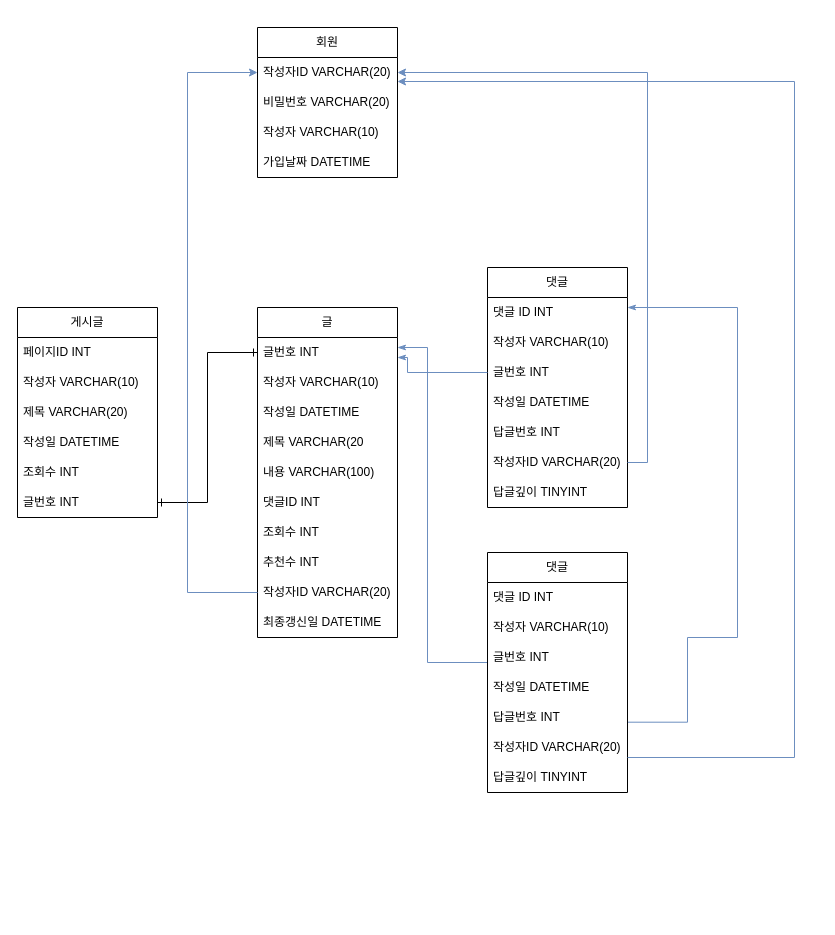
Earlier version of the draw.io diagram 제목 없는 다이어그램.drawio (web5-kimgangmoon/AWS1). Source tidied: cells renumbered, new cells numbered last; positions are measured from the earlier drawing's top-left corner, leaving out a move shared by most shapes. Both pictures are drawn from the tidied source at 100%, with x=0, y=0 at pixel (17, 27).
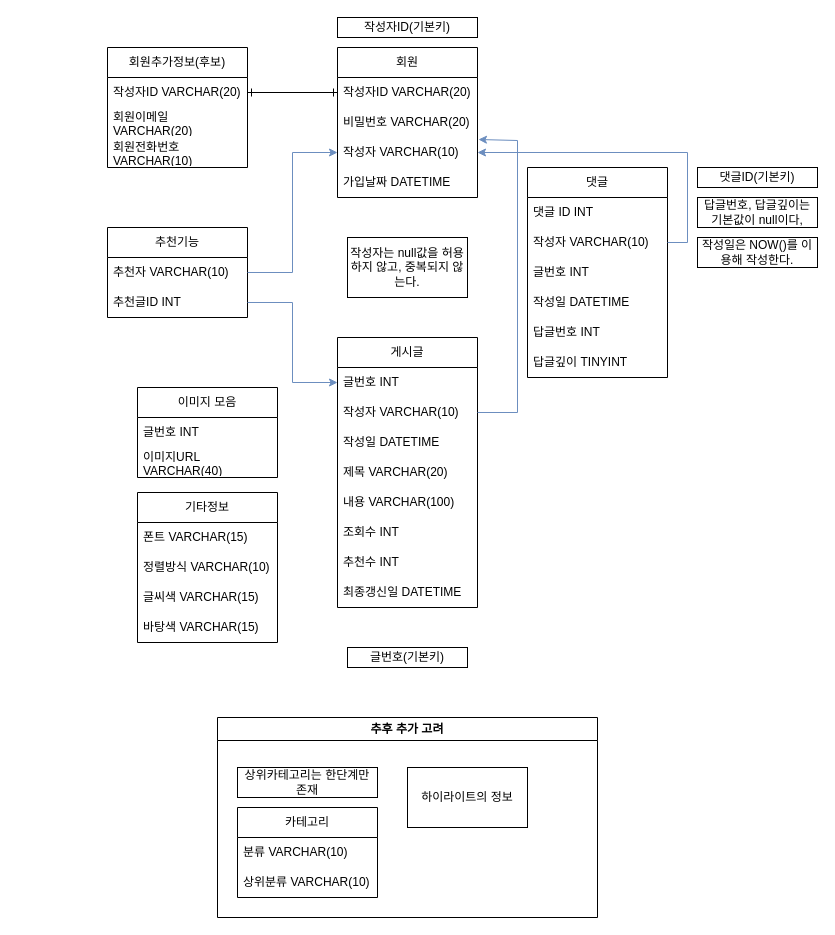
Above is the later version.

Commit message (it also covers changes not shown here):
feat:diagram revise

The change refers to these unchanged cells:
```xml
<mxCell id="10" value="댓글 ID INT" style="text;strokeColor=none;fillColor=none;align=left;verticalAlign=middle;spacingLeft=4;spacingRight=4;overflow=hidden;points=[[0,0.5],[1,0.5]];portConstraint=eastwest;whiteSpace=wrap;html=1;" parent="9" vertex="1">
  <mxGeometry y="30" width="140" height="30" as="geometry" />
</mxCell>
<mxCell id="11" value="작성자 VARCHAR(10)" style="text;strokeColor=none;fillColor=none;align=left;verticalAlign=middle;spacingLeft=4;spacingRight=4;overflow=hidden;points=[[0,0.5],[1,0.5]];portConstraint=eastwest;whiteSpace=wrap;html=1;" parent="9" vertex="1">
  <mxGeometry y="60" width="140" height="30" as="geometry" />
</mxCell>
<mxCell id="12" value="글번호 INT" style="text;strokeColor=none;fillColor=none;align=left;verticalAlign=middle;spacingLeft=4;spacingRight=4;overflow=hidden;points=[[0,0.5],[1,0.5]];portConstraint=eastwest;whiteSpace=wrap;html=1;" parent="9" vertex="1">
  <mxGeometry y="90" width="140" height="30" as="geometry" />
</mxCell>
<mxCell id="18" value="글번호 INT" style="text;strokeColor=none;fillColor=none;align=left;verticalAlign=middle;spacingLeft=4;spacingRight=4;overflow=hidden;points=[[0,0.5],[1,0.5]];portConstraint=eastwest;whiteSpace=wrap;html=1;" parent="17" vertex="1">
  <mxGeometry y="30" width="140" height="30" as="geometry" />
</mxCell>
<mxCell id="19" value="작성자 VARCHAR(10)" style="text;strokeColor=none;fillColor=none;align=left;verticalAlign=middle;spacingLeft=4;spacingRight=4;overflow=hidden;points=[[0,0.5],[1,0.5]];portConstraint=eastwest;whiteSpace=wrap;html=1;" parent="17" vertex="1">
  <mxGeometry y="60" width="140" height="30" as="geometry" />
</mxCell>
<mxCell id="29" value="작성자ID VARCHAR(20)" style="text;strokeColor=none;fillColor=none;align=left;verticalAlign=middle;spacingLeft=4;spacingRight=4;overflow=hidden;points=[[0,0.5],[1,0.5]];portConstraint=eastwest;whiteSpace=wrap;html=1;" parent="28" vertex="1">
  <mxGeometry y="30" width="140" height="30" as="geometry" />
</mxCell>
<mxCell id="31" value="작성자 VARCHAR(10)" style="text;strokeColor=none;fillColor=none;align=left;verticalAlign=middle;spacingLeft=4;spacingRight=4;overflow=hidden;points=[[0,0.5],[1,0.5]];portConstraint=eastwest;whiteSpace=wrap;html=1;" parent="28" vertex="1">
  <mxGeometry y="90" width="140" height="30" as="geometry" />
</mxCell>
```

Diff of the diagram source:
```diff
@@
-    <mxCell id="2" value="게시글" style="swimlane;fontStyle=0;horizontal=1;startSize=30;whiteSpace=wrap;html=1;" parent="1" vertex="1">
-      <mxGeometry y="280" width="140" height="210" as="geometry" />
-    </mxCell>
-    <mxCell id="3" value="페이지ID INT" style="text;strokeColor=none;fillColor=none;align=left;verticalAlign=middle;spacingLeft=4;spacingRight=4;overflow=hidden;whiteSpace=wrap;html=1;" parent="2" vertex="1">
-      <mxGeometry y="30" width="140" height="30" as="geometry" />
-    </mxCell>
-    <mxCell id="4" value="작성자 VARCHAR(10)" style="text;strokeColor=none;fillColor=none;align=left;verticalAlign=middle;spacingLeft=4;spacingRight=4;overflow=hidden;whiteSpace=wrap;html=1;" parent="2" vertex="1">
-      <mxGeometry y="60" width="140" height="30" as="geometry" />
-    </mxCell>
-    <mxCell id="5" value="제목 VARCHAR(20)" style="text;strokeColor=none;fillColor=none;align=left;verticalAlign=middle;spacingLeft=4;spacingRight=4;overflow=hidden;whiteSpace=wrap;html=1;" parent="2" vertex="1">
-      <mxGeometry y="90" width="140" height="30" as="geometry" />
-    </mxCell>
-    <mxCell id="6" value="작성일 DATETIME" style="text;strokeColor=none;fillColor=none;align=left;verticalAlign=middle;spacingLeft=4;spacingRight=4;overflow=hidden;whiteSpace=wrap;html=1;" parent="2" vertex="1">
-      <mxGeometry y="120" width="140" height="30" as="geometry" />
-    </mxCell>
-    <mxCell id="7" value="조회수 INT" style="text;strokeColor=none;fillColor=none;align=left;verticalAlign=middle;spacingLeft=4;spacingRight=4;overflow=hidden;whiteSpace=wrap;html=1;" parent="2" vertex="1">
-      <mxGeometry y="150" width="140" height="30" as="geometry" />
-    </mxCell>
-    <mxCell id="8" value="글번호 INT" style="text;strokeColor=none;fillColor=none;align=left;verticalAlign=middle;spacingLeft=4;spacingRight=4;overflow=hidden;points=[[0,0.5],[1,0.5]];portConstraint=eastwest;whiteSpace=wrap;html=1;" parent="2" vertex="1">
-      <mxGeometry y="180" width="140" height="30" as="geometry" />
-    </mxCell>
     <mxCell id="9" value="댓글" style="swimlane;fontStyle=0;horizontal=1;startSize=30;whiteSpace=wrap;html=1;" parent="1" vertex="1">
-      <mxGeometry x="470" y="240" width="140" height="240" as="geometry" />
+      <mxGeometry x="510" y="140" width="140" height="210" as="geometry" />
     </mxCell>
@@
-    <mxCell id="15" value="작성자ID VARCHAR(20)" style="text;strokeColor=none;fillColor=none;align=left;verticalAlign=middle;spacingLeft=4;spacingRight=4;overflow=hidden;points=[[0,0.5],[1,0.5]];portConstraint=eastwest;whiteSpace=wrap;html=1;" parent="9" vertex="1">
-      <mxGeometry y="180" width="140" height="30" as="geometry" />
-    </mxCell>
     <mxCell id="16" value="답글깊이 TINYINT" style="text;strokeColor=none;fillColor=none;align=left;verticalAlign=middle;spacingLeft=4;spacingRight=4;overflow=hidden;whiteSpace=wrap;html=1;" parent="9" vertex="1">
-      <mxGeometry y="210" width="140" height="30" as="geometry" />
+      <mxGeometry y="180" width="140" height="30" as="geometry" />
     </mxCell>
-    <mxCell id="17" value="글" style="swimlane;fontStyle=0;horizontal=1;startSize=30;whiteSpace=wrap;html=1;" parent="1" vertex="1">
-      <mxGeometry x="240" y="280" width="140" height="330" as="geometry" />
+    <mxCell id="17" value="게시글" style="swimlane;fontStyle=0;horizontal=1;startSize=30;whiteSpace=wrap;html=1;" parent="1" vertex="1">
+      <mxGeometry x="320" y="310" width="140" height="270" as="geometry" />
     </mxCell>
@@
-    <mxCell id="21" value="제목 VARCHAR(20&lt;span style=&quot;white-space: pre;&quot;&gt;&#9;&lt;/span&gt;" style="text;strokeColor=none;fillColor=none;align=left;verticalAlign=middle;spacingLeft=4;spacingRight=4;overflow=hidden;whiteSpace=wrap;html=1;" parent="17" vertex="1">
+    <mxCell id="21" value="제목 VARCHAR(20)" style="text;strokeColor=none;fillColor=none;align=left;verticalAlign=middle;spacingLeft=4;spacingRight=4;overflow=hidden;whiteSpace=wrap;html=1;" parent="17" vertex="1">
       <mxGeometry y="120" width="140" height="30" as="geometry" />
     </mxCell>
@@
-    <mxCell id="23" value="댓글ID INT" style="text;strokeColor=none;fillColor=none;align=left;verticalAlign=middle;spacingLeft=4;spacingRight=4;overflow=hidden;whiteSpace=wrap;html=1;" parent="17" vertex="1">
-      <mxGeometry y="180" width="140" height="30" as="geometry" />
-    </mxCell>
     <mxCell id="24" value="조회수 INT" style="text;strokeColor=none;fillColor=none;align=left;verticalAlign=middle;spacingLeft=4;spacingRight=4;overflow=hidden;whiteSpace=wrap;html=1;" parent="17" vertex="1">
-      <mxGeometry y="210" width="140" height="30" as="geometry" />
+      <mxGeometry y="180" width="140" height="30" as="geometry" />
     </mxCell>
     <mxCell id="25" value="추천수 INT" style="text;strokeColor=none;fillColor=none;align=left;verticalAlign=middle;spacingLeft=4;spacingRight=4;overflow=hidden;whiteSpace=wrap;html=1;" parent="17" vertex="1">
-      <mxGeometry y="240" width="140" height="30" as="geometry" />
+      <mxGeometry y="210" width="140" height="30" as="geometry" />
     </mxCell>
-    <mxCell id="26" value="작성자ID VARCHAR(20)" style="text;strokeColor=none;fillColor=none;align=left;verticalAlign=middle;spacingLeft=4;spacingRight=4;overflow=hidden;points=[[0,0.5],[1,0.5]];portConstraint=eastwest;whiteSpace=wrap;html=1;" parent="17" vertex="1">
-      <mxGeometry y="270" width="140" height="30" as="geometry" />
-    </mxCell>
     <mxCell id="27" value="최종갱신일 DATETIME" style="text;strokeColor=none;fillColor=none;align=left;verticalAlign=middle;spacingLeft=4;spacingRight=4;overflow=hidden;whiteSpace=wrap;html=1;" parent="17" vertex="1">
-      <mxGeometry y="300" width="140" height="30" as="geometry" />
+      <mxGeometry y="240" width="140" height="30" as="geometry" />
     </mxCell>
+    <mxCell id="48" style="edgeStyle=orthogonalEdgeStyle;rounded=0;orthogonalLoop=1;jettySize=auto;html=1;exitX=1;exitY=0.5;exitDx=0;exitDy=0;" parent="17" edge="1" source="19" target="19">
+      <mxGeometry relative="1" as="geometry" />
+    </mxCell>
     <mxCell id="28" value="회원" style="swimlane;fontStyle=0;horizontal=1;startSize=30;whiteSpace=wrap;html=1;" parent="1" vertex="1">
-      <mxGeometry x="240" width="140" height="150" as="geometry" />
+      <mxGeometry x="320" y="20" width="140" height="150" as="geometry" />
     </mxCell>
@@
-    <mxCell id="33" style="edgeStyle=orthogonalEdgeStyle;rounded=0;jettySize=auto;html=1;exitX=1;exitY=0.5;exitDx=0;exitDy=0;entryX=0;entryY=0.5;entryDx=0;entryDy=0;startArrow=ERone;startFill=0;endArrow=ERone;endFill=0;" parent="1" edge="1" source="8" target="18">
-      <mxGeometry relative="1" as="geometry" />
-    </mxCell>
-    <mxCell id="34" style="edgeStyle=orthogonalEdgeStyle;rounded=0;jettySize=auto;html=1;entryX=1;entryY=0.667;entryDx=0;entryDy=0;entryPerimeter=0;fillColor=#dae8fc;strokeColor=#6c8ebf;endArrow=classicThin;endFill=1;startArrow=none;startFill=0;" parent="1" edge="1" source="12" target="18">
-      <mxGeometry relative="1" as="geometry">
-        <Array as="points">
-          <mxPoint x="390" y="345" />
-          <mxPoint x="390" y="330" />
-        </Array>
-      </mxGeometry>
-    </mxCell>
-    <mxCell id="35" style="edgeStyle=orthogonalEdgeStyle;rounded=0;jettySize=auto;html=1;fillColor=#dae8fc;strokeColor=#6c8ebf;startArrow=none;startFill=0;endArrow=classicThin;endFill=1;" parent="1" edge="1" target="18">
-      <mxGeometry relative="1" as="geometry">
-        <mxPoint x="470" y="635" as="sourcePoint" />
-        <Array as="points">
-          <mxPoint x="410" y="635" />
-          <mxPoint x="410" y="320" />
-        </Array>
-      </mxGeometry>
-    </mxCell>
-    <mxCell id="36" style="edgeStyle=orthogonalEdgeStyle;rounded=0;jettySize=auto;html=1;fillColor=#dae8fc;strokeColor=#6c8ebf;startArrow=none;startFill=0;endArrow=classicThin;endFill=1;" parent="1" edge="1" target="10">
-      <mxGeometry relative="1" as="geometry">
-        <mxPoint x="610" y="694.7" as="sourcePoint" />
-        <Array as="points">
-          <mxPoint x="670" y="695" />
-          <mxPoint x="670" y="610" />
-          <mxPoint x="720" y="610" />
-          <mxPoint x="720" y="280" />
-        </Array>
-      </mxGeometry>
-    </mxCell>
-    <mxCell id="37" style="edgeStyle=orthogonalEdgeStyle;rounded=0;jettySize=auto;html=1;entryX=0;entryY=0.5;entryDx=0;entryDy=0;fillColor=#dae8fc;strokeColor=#6c8ebf;" parent="1" edge="1" source="26" target="29">
-      <mxGeometry relative="1" as="geometry">
-        <Array as="points">
-          <mxPoint x="170" y="565" />
-          <mxPoint x="170" y="45" />
-        </Array>
-      </mxGeometry>
-    </mxCell>
-    <mxCell id="38" value="댓글" style="swimlane;fontStyle=0;horizontal=1;startSize=30;whiteSpace=wrap;html=1;" parent="1" vertex="1">
-      <mxGeometry x="470" y="525" width="140" height="240" as="geometry" />
-    </mxCell>
-    <mxCell id="39" value="댓글 ID INT" style="text;strokeColor=none;fillColor=none;align=left;verticalAlign=middle;spacingLeft=4;spacingRight=4;overflow=hidden;whiteSpace=wrap;html=1;" parent="38" vertex="1">
-      <mxGeometry y="30" width="140" height="30" as="geometry" />
-    </mxCell>
-    <mxCell id="40" value="작성자 VARCHAR(10)" style="text;strokeColor=none;fillColor=none;align=left;verticalAlign=middle;spacingLeft=4;spacingRight=4;overflow=hidden;whiteSpace=wrap;html=1;" parent="38" vertex="1">
-      <mxGeometry y="60" width="140" height="30" as="geometry" />
-    </mxCell>
-    <mxCell id="41" value="글번호 INT" style="text;strokeColor=none;fillColor=none;align=left;verticalAlign=middle;spacingLeft=4;spacingRight=4;overflow=hidden;whiteSpace=wrap;html=1;" parent="38" vertex="1">
-      <mxGeometry y="90" width="140" height="30" as="geometry" />
-    </mxCell>
-    <mxCell id="42" value="작성일 DATETIME" style="text;strokeColor=none;fillColor=none;align=left;verticalAlign=middle;spacingLeft=4;spacingRight=4;overflow=hidden;whiteSpace=wrap;html=1;" parent="38" vertex="1">
-      <mxGeometry y="120" width="140" height="30" as="geometry" />
-    </mxCell>
-    <mxCell id="43" value="답글번호 INT" style="text;strokeColor=none;fillColor=none;align=left;verticalAlign=middle;spacingLeft=4;spacingRight=4;overflow=hidden;whiteSpace=wrap;html=1;" parent="38" vertex="1">
-      <mxGeometry y="150" width="140" height="30" as="geometry" />
-    </mxCell>
-    <mxCell id="44" value="작성자ID VARCHAR(20)" style="text;strokeColor=none;fillColor=none;align=left;verticalAlign=middle;spacingLeft=4;spacingRight=4;overflow=hidden;points=[[0,0.5],[1,0.5]];portConstraint=eastwest;whiteSpace=wrap;html=1;" parent="38" vertex="1">
-      <mxGeometry y="180" width="140" height="30" as="geometry" />
-    </mxCell>
-    <mxCell id="45" value="답글깊이 TINYINT" style="text;strokeColor=none;fillColor=none;align=left;verticalAlign=middle;spacingLeft=4;spacingRight=4;overflow=hidden;whiteSpace=wrap;html=1;" parent="38" vertex="1">
-      <mxGeometry y="210" width="140" height="30" as="geometry" />
-    </mxCell>
-    <mxCell id="46" style="edgeStyle=orthogonalEdgeStyle;rounded=0;jettySize=auto;html=1;exitX=1;exitY=0.5;exitDx=0;exitDy=0;entryX=1;entryY=0.5;entryDx=0;entryDy=0;fillColor=#dae8fc;strokeColor=#6c8ebf;" parent="1" edge="1" source="15" target="29">
-      <mxGeometry relative="1" as="geometry">
-        <Array as="points">
-          <mxPoint x="630" y="435" />
-          <mxPoint x="630" y="45" />
-        </Array>
-      </mxGeometry>
-    </mxCell>
-    <mxCell id="47" style="edgeStyle=orthogonalEdgeStyle;rounded=0;jettySize=auto;html=1;fillColor=#dae8fc;strokeColor=#6c8ebf;" parent="1" edge="1" source="44">
-      <mxGeometry relative="1" as="geometry">
-        <mxPoint x="380" y="54" as="targetPoint" />
-        <Array as="points">
-          <mxPoint x="777" y="730" />
-          <mxPoint x="777" y="54" />
-        </Array>
-      </mxGeometry>
-    </mxCell>
+    <mxCell id="49" value="추천기능" style="swimlane;fontStyle=0;horizontal=1;startSize=30;whiteSpace=wrap;html=1;" parent="1" vertex="1">
+      <mxGeometry x="90" y="200" width="140" height="90" as="geometry" />
+    </mxCell>
+    <mxCell id="50" value="추천자 VARCHAR(10)" style="text;strokeColor=none;fillColor=none;align=left;verticalAlign=middle;spacingLeft=4;spacingRight=4;overflow=hidden;points=[[0,0.5],[1,0.5]];portConstraint=eastwest;whiteSpace=wrap;html=1;" parent="49" vertex="1">
+      <mxGeometry y="30" width="140" height="30" as="geometry" />
+    </mxCell>
+    <mxCell id="51" value="추천글ID INT" style="text;strokeColor=none;fillColor=none;align=left;verticalAlign=middle;spacingLeft=4;spacingRight=4;overflow=hidden;points=[[0,0.5],[1,0.5]];portConstraint=eastwest;whiteSpace=wrap;html=1;" parent="49" vertex="1">
+      <mxGeometry y="60" width="140" height="30" as="geometry" />
+    </mxCell>
+    <mxCell id="52" style="edgeStyle=orthogonalEdgeStyle;rounded=0;jettySize=auto;html=1;exitX=1;exitY=0.5;exitDx=0;exitDy=0;fillColor=#dae8fc;strokeColor=#6c8ebf;" parent="1" edge="1" source="11" target="31">
+      <mxGeometry relative="1" as="geometry" />
+    </mxCell>
+    <mxCell id="53" style="edgeStyle=orthogonalEdgeStyle;rounded=0;jettySize=auto;html=1;exitX=1;exitY=0.5;exitDx=0;exitDy=0;fillColor=#dae8fc;strokeColor=#6c8ebf;entryX=1.007;entryY=0.067;entryDx=0;entryDy=0;entryPerimeter=0;" parent="1" edge="1" source="19" target="31">
+      <mxGeometry relative="1" as="geometry">
+        <Array as="points">
+          <mxPoint x="500" y="385" />
+          <mxPoint x="500" y="113" />
+        </Array>
+      </mxGeometry>
+    </mxCell>
+    <mxCell id="54" style="edgeStyle=orthogonalEdgeStyle;rounded=0;jettySize=auto;html=1;exitX=0;exitY=0.5;exitDx=0;exitDy=0;entryX=1;entryY=0.5;entryDx=0;entryDy=0;fillColor=#dae8fc;strokeColor=#6c8ebf;endArrow=none;endFill=0;startArrow=classic;startFill=1;" parent="1" edge="1" source="31" target="50">
+      <mxGeometry relative="1" as="geometry" />
+    </mxCell>
+    <mxCell id="55" style="edgeStyle=orthogonalEdgeStyle;rounded=0;jettySize=auto;html=1;exitX=0;exitY=0.5;exitDx=0;exitDy=0;entryX=1;entryY=0.5;entryDx=0;entryDy=0;fillColor=#dae8fc;strokeColor=#6c8ebf;endArrow=none;endFill=0;startArrow=classic;startFill=1;" parent="1" edge="1" source="18" target="51">
+      <mxGeometry relative="1" as="geometry" />
+    </mxCell>
+    <mxCell id="56" value="회원추가정보(후보)" style="swimlane;fontStyle=0;horizontal=1;startSize=30;whiteSpace=wrap;html=1;" parent="1" vertex="1">
+      <mxGeometry x="90" y="20" width="140" height="120" as="geometry" />
+    </mxCell>
+    <mxCell id="57" value="작성자ID VARCHAR(20)" style="text;strokeColor=none;fillColor=none;align=left;verticalAlign=middle;spacingLeft=4;spacingRight=4;overflow=hidden;points=[[0,0.5],[1,0.5]];portConstraint=eastwest;whiteSpace=wrap;html=1;" parent="56" vertex="1">
+      <mxGeometry y="30" width="140" height="30" as="geometry" />
+    </mxCell>
+    <mxCell id="58" value="회원이메일 VARCHAR(20)" style="text;strokeColor=none;fillColor=none;align=left;verticalAlign=middle;spacingLeft=4;spacingRight=4;overflow=hidden;whiteSpace=wrap;html=1;" parent="56" vertex="1">
+      <mxGeometry y="60" width="140" height="30" as="geometry" />
+    </mxCell>
+    <mxCell id="59" value="회원전화번호 VARCHAR(10)" style="text;strokeColor=none;fillColor=none;align=left;verticalAlign=middle;spacingLeft=4;spacingRight=4;overflow=hidden;whiteSpace=wrap;html=1;" parent="56" vertex="1">
+      <mxGeometry y="90" width="140" height="30" as="geometry" />
+    </mxCell>
+    <mxCell id="60" value="작성자ID(기본키)" style="rounded=0;whiteSpace=wrap;html=1;" parent="1" vertex="1">
+      <mxGeometry x="320" y="-10" width="140" height="20" as="geometry" />
+    </mxCell>
+    <mxCell id="61" value="글번호(기본키)" style="rounded=0;whiteSpace=wrap;html=1;" parent="1" vertex="1">
+      <mxGeometry x="330" y="620" width="120" height="20" as="geometry" />
+    </mxCell>
+    <mxCell id="62" value="작성자는 null값을 허용하지 않고, 중복되지 않는다." style="rounded=0;whiteSpace=wrap;html=1;" parent="1" vertex="1">
+      <mxGeometry x="330" y="210" width="120" height="60" as="geometry" />
+    </mxCell>
+    <mxCell id="63" value="댓글ID(기본키)" style="rounded=0;whiteSpace=wrap;html=1;" parent="1" vertex="1">
+      <mxGeometry x="680" y="140" width="120" height="20" as="geometry" />
+    </mxCell>
+    <mxCell id="64" style="edgeStyle=orthogonalEdgeStyle;rounded=0;jettySize=auto;html=1;entryX=0;entryY=0.5;entryDx=0;entryDy=0;startArrow=ERone;startFill=0;endArrow=ERone;endFill=0;" parent="1" edge="1" source="57" target="29">
+      <mxGeometry relative="1" as="geometry" />
+    </mxCell>
+    <mxCell id="65" value="답글번호, 답글깊이는 기본값이 null이다," style="rounded=0;whiteSpace=wrap;html=1;" parent="1" vertex="1">
+      <mxGeometry x="680" y="170" width="120" height="30" as="geometry" />
+    </mxCell>
+    <mxCell id="66" value="작성일은 NOW()를 이용해 작성한다." style="rounded=0;whiteSpace=wrap;html=1;" parent="1" vertex="1">
+      <mxGeometry x="680" y="210" width="120" height="30" as="geometry" />
+    </mxCell>
+    <mxCell id="67" value="이미지 모음" style="swimlane;fontStyle=0;horizontal=1;startSize=30;whiteSpace=wrap;html=1;" parent="1" vertex="1">
+      <mxGeometry x="120" y="360" width="140" height="90" as="geometry" />
+    </mxCell>
+    <mxCell id="68" value="글번호 INT" style="text;strokeColor=none;fillColor=none;align=left;verticalAlign=middle;spacingLeft=4;spacingRight=4;overflow=hidden;whiteSpace=wrap;html=1;" parent="67" vertex="1">
+      <mxGeometry y="30" width="140" height="30" as="geometry" />
+    </mxCell>
+    <mxCell id="69" value="이미지URL VARCHAR(40)" style="text;strokeColor=none;fillColor=none;align=left;verticalAlign=middle;spacingLeft=4;spacingRight=4;overflow=hidden;whiteSpace=wrap;html=1;" parent="67" vertex="1">
+      <mxGeometry y="60" width="140" height="30" as="geometry" />
+    </mxCell>
+    <mxCell id="70" value="기타정보" style="swimlane;fontStyle=0;horizontal=1;startSize=30;whiteSpace=wrap;html=1;" parent="1" vertex="1">
+      <mxGeometry x="120" y="465" width="140" height="150" as="geometry" />
+    </mxCell>
+    <mxCell id="71" value="폰트 VARCHAR(15)" style="text;strokeColor=none;fillColor=none;align=left;verticalAlign=middle;spacingLeft=4;spacingRight=4;overflow=hidden;whiteSpace=wrap;html=1;" parent="70" vertex="1">
+      <mxGeometry y="30" width="140" height="30" as="geometry" />
+    </mxCell>
+    <mxCell id="72" value="정렬방식 VARCHAR(10)" style="text;strokeColor=none;fillColor=none;align=left;verticalAlign=middle;spacingLeft=4;spacingRight=4;overflow=hidden;whiteSpace=wrap;html=1;" parent="70" vertex="1">
+      <mxGeometry y="60" width="140" height="30" as="geometry" />
+    </mxCell>
+    <mxCell id="73" value="글씨색 VARCHAR(15)" style="text;strokeColor=none;fillColor=none;align=left;verticalAlign=middle;spacingLeft=4;spacingRight=4;overflow=hidden;whiteSpace=wrap;html=1;" parent="70" vertex="1">
+      <mxGeometry y="90" width="140" height="30" as="geometry" />
+    </mxCell>
+    <mxCell id="74" value="바탕색 VARCHAR(15)" style="text;strokeColor=none;fillColor=none;align=left;verticalAlign=middle;spacingLeft=4;spacingRight=4;overflow=hidden;whiteSpace=wrap;html=1;" parent="70" vertex="1">
+      <mxGeometry y="120" width="140" height="30" as="geometry" />
+    </mxCell>
+    <mxCell id="75" value="추후 추가 고려" style="swimlane;whiteSpace=wrap;html=1;" parent="1" vertex="1">
+      <mxGeometry x="200" y="690" width="380" height="200" as="geometry" />
+    </mxCell>
+    <mxCell id="76" value="카테고리" style="swimlane;fontStyle=0;horizontal=1;startSize=30;whiteSpace=wrap;html=1;" parent="75" vertex="1">
+      <mxGeometry x="20" y="90" width="140" height="90" as="geometry" />
+    </mxCell>
+    <mxCell id="77" value="분류 VARCHAR(10)" style="text;strokeColor=none;fillColor=none;align=left;verticalAlign=middle;spacingLeft=4;spacingRight=4;overflow=hidden;whiteSpace=wrap;html=1;" parent="76" vertex="1">
+      <mxGeometry y="30" width="140" height="30" as="geometry" />
+    </mxCell>
+    <mxCell id="78" value="상위분류 VARCHAR(10)" style="text;strokeColor=none;fillColor=none;align=left;verticalAlign=middle;spacingLeft=4;spacingRight=4;overflow=hidden;whiteSpace=wrap;html=1;" parent="76" vertex="1">
+      <mxGeometry y="60" width="140" height="30" as="geometry" />
+    </mxCell>
+    <mxCell id="79" value="상위카테고리는 한단계만 존재" style="rounded=0;whiteSpace=wrap;html=1;" parent="75" vertex="1">
+      <mxGeometry x="20" y="50" width="140" height="30" as="geometry" />
+    </mxCell>
+    <mxCell id="80" value="하이라이트의 정보" style="rounded=0;whiteSpace=wrap;html=1;" parent="75" vertex="1">
+      <mxGeometry x="190" y="50" width="120" height="60" as="geometry" />
+    </mxCell>
```
